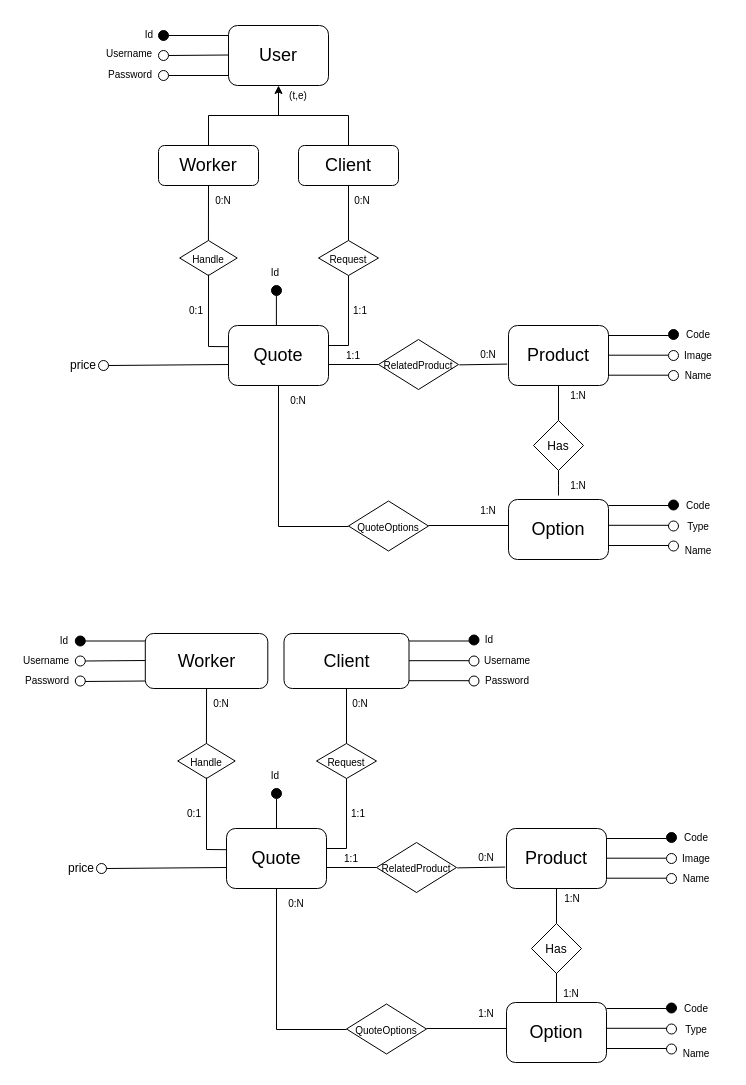
Before: db/quotemanagementdesign.drawio in ManuMerlo/Web-App-Project-TIW-2022-Inghilleri-Merlo, a draw.io diagram. Source tidied: cells renumbered, new cells numbered last; positions are measured from the earlier drawing's top-left corner, leaving out a move shared by most shapes. Both pictures are drawn from the tidied source at 100%, with x=0, y=0 at pixel (17, 17).
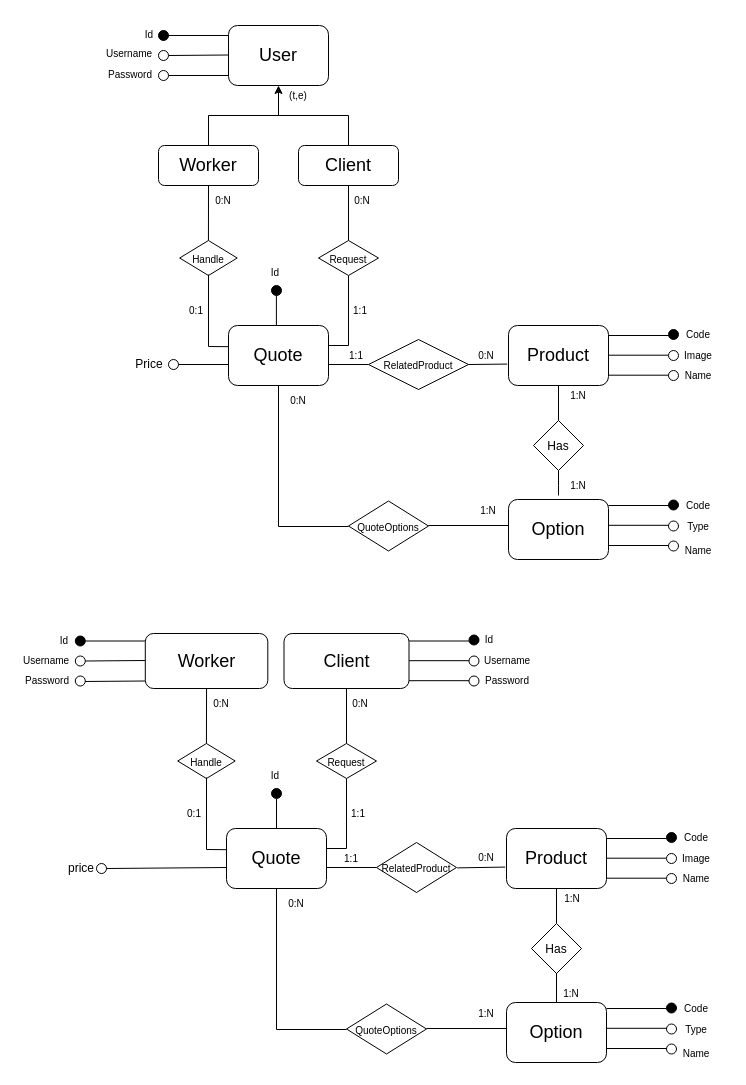
The same diagram, later.

Unchanged cells that the change refers to:
```xml
<mxCell id="26" value="&lt;font style=&quot;font-size: 18px&quot;&gt;Product&lt;/font&gt;" style="rounded=1;whiteSpace=wrap;html=1;" parent="1" vertex="1">
  <mxGeometry x="491" y="308" width="100" height="60" as="geometry" />
</mxCell>
```

The edit, as a diff of the source:
```diff
@@
-    <mxCell id="32" style="endArrow=none;html=1;rounded=0;fontSize=18;entryX=1;entryY=0.5;entryDx=0;entryDy=0;startArrow=none;" parent="1" edge="1" source="54">
-      <mxGeometry relative="1" as="geometry">
-        <mxPoint x="91" y="348" as="targetPoint" />
-      </mxGeometry>
-    </mxCell>
@@
-    <mxCell id="37" value="&lt;font style=&quot;font-size: 12px&quot;&gt;price&lt;/font&gt;" style="text;html=1;strokeColor=none;fillColor=none;align=center;verticalAlign=middle;whiteSpace=wrap;rounded=0;fontSize=14;" parent="1" vertex="1">
-      <mxGeometry x="36" y="332" width="60" height="30" as="geometry" />
+    <mxCell id="37" value="&lt;font style=&quot;font-size: 12px&quot;&gt;Price&lt;/font&gt;" style="text;html=1;strokeColor=none;fillColor=none;align=center;verticalAlign=middle;whiteSpace=wrap;rounded=0;fontSize=14;" parent="1" vertex="1">
+      <mxGeometry x="102" y="331" width="60" height="30" as="geometry" />
     </mxCell>
@@
     <mxCell id="51" value="&lt;font style=&quot;font-size: 10px&quot;&gt;RelatedProduct&lt;/font&gt;" style="rhombus;whiteSpace=wrap;html=1;fontSize=14;fillColor=#FFFFFF;" parent="1" vertex="1">
-      <mxGeometry x="361" y="322" width="80" height="50" as="geometry" />
+      <mxGeometry x="351" y="322" width="100" height="50" as="geometry" />
     </mxCell>
-    <mxCell id="52" style="endArrow=none;html=1;rounded=0;fontSize=10;" parent="1" edge="1" source="51">
+    <mxCell id="52" style="endArrow=none;html=1;rounded=0;fontSize=10;" parent="1" edge="1">
       <mxGeometry relative="1" as="geometry">
+        <mxPoint x="351" y="347" as="sourcePoint" />
         <mxPoint x="311" y="347" as="targetPoint" />
       </mxGeometry>
     </mxCell>
-    <mxCell id="53" style="endArrow=none;html=1;rounded=0;fontSize=10;exitX=-0.013;exitY=0.643;exitDx=0;exitDy=0;exitPerimeter=0;entryX=0.013;entryY=0.846;entryDx=0;entryDy=0;entryPerimeter=0;" parent="1" edge="1" source="26" target="56">
-      <mxGeometry relative="1" as="geometry" />
+    <mxCell id="53" style="endArrow=none;html=1;rounded=0;fontSize=10;exitX=-0.013;exitY=0.643;exitDx=0;exitDy=0;exitPerimeter=0;" parent="1" edge="1" source="26">
+      <mxGeometry relative="1" as="geometry">
+        <mxPoint x="451" y="347" as="targetPoint" />
+      </mxGeometry>
     </mxCell>
     <mxCell id="54" style="ellipse;whiteSpace=wrap;html=1;fontSize=14;" parent="1" vertex="1">
-      <mxGeometry x="81" y="343" width="10" height="10" as="geometry" />
+      <mxGeometry x="151" y="342" width="10" height="10" as="geometry" />
     </mxCell>
-    <mxCell id="55" style="endArrow=none;html=1;rounded=0;fontSize=18;entryX=1;entryY=0.5;entryDx=0;entryDy=0;" parent="1" edge="1" target="54">
+    <mxCell id="55" style="endArrow=none;html=1;rounded=0;fontSize=18;" parent="1" edge="1">
       <mxGeometry relative="1" as="geometry">
         <mxPoint x="211" y="347" as="sourcePoint" />
+        <mxPoint x="161" y="347" as="targetPoint" />
       </mxGeometry>
     </mxCell>
     <mxCell id="56" value="0:N" style="text;html=1;strokeColor=none;fillColor=none;align=center;verticalAlign=middle;whiteSpace=wrap;rounded=0;fontSize=10;" parent="1" vertex="1">
-      <mxGeometry x="441" y="322" width="60" height="30" as="geometry" />
+      <mxGeometry x="439" y="323" width="60" height="30" as="geometry" />
     </mxCell>
     <mxCell id="57" value="1:1" style="text;html=1;strokeColor=none;fillColor=none;align=center;verticalAlign=middle;whiteSpace=wrap;rounded=0;fontSize=10;" parent="1" vertex="1">
-      <mxGeometry x="306" y="323" width="60" height="30" as="geometry" />
+      <mxGeometry x="309" y="323" width="60" height="30" as="geometry" />
     </mxCell>
```
